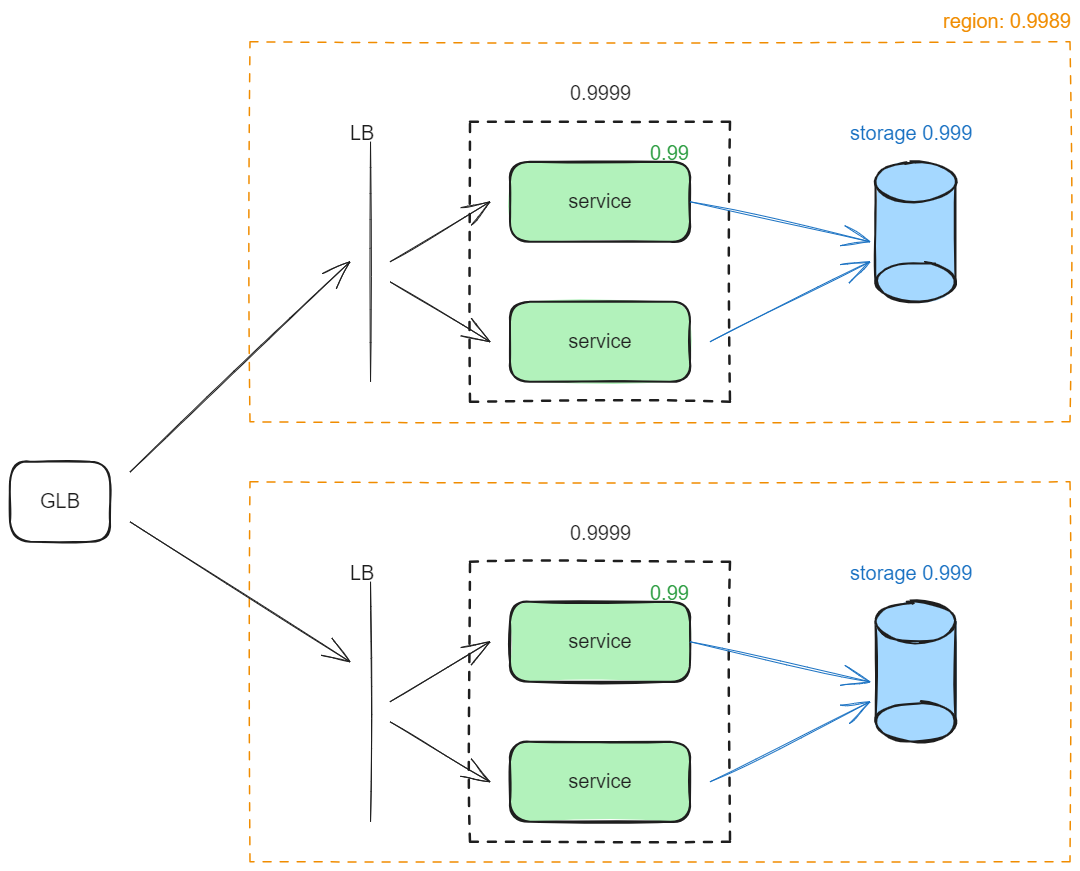
This is hw/02.Availabiliity/02-diagram.excalidraw.png from sharslammer/BOSDC-hw, a Excalidraw export, as it was before one commit. Source tidied: one line per element, renumbered; positions are measured from the earlier drawing's top-left corner, leaving out a move shared by most shapes. The source it was exported from:
```json
{"id": 0, "type": "rectangle", "strokeColor": "#1e1e1e", "backgroundColor": "#a5d8ff", "fillStyle": "solid", "strokeWidth": 2, "roughness": 1, "x": 866, "y": 172, "width": 80, "height": 100}
{"id": 1, "type": "ellipse", "strokeColor": "#1e1e1e", "backgroundColor": "#a5d8ff", "fillStyle": "solid", "strokeWidth": 2, "roughness": 1, "x": 866, "y": 152, "width": 80, "height": 40}
{"id": 2, "type": "ellipse", "strokeColor": "#1e1e1e", "backgroundColor": "#a5d8ff", "fillStyle": "solid", "strokeWidth": 2, "roughness": 1, "x": 866, "y": 252, "width": 80, "height": 40}
{"id": 3, "type": "text", "text": "storage 0.999", "strokeColor": "#1971c2", "strokeWidth": 2, "roughness": 1, "fontSize": 20, "fontFamily": 2, "textAlign": "center", "x": 840, "y": 112, "width": 122, "height": 23}
{"id": 4, "type": "rectangle", "strokeColor": "#1e1e1e", "strokeWidth": 2, "roughness": 1, "round": true, "x": 0, "y": 452, "width": 100, "height": 80}
{"id": 5, "type": "text", "text": "GLB", "strokeColor": "#1e1e1e", "strokeWidth": 2, "roughness": 1, "fontSize": 20, "fontFamily": 2, "textAlign": "center", "verticalAlign": "middle", "inside": 4, "x": 30, "y": 480, "width": 40, "height": 23}
{"id": 6, "type": "rectangle", "strokeColor": "#1e1e1e", "backgroundColor": "#b2f2bb", "fillStyle": "solid", "strokeWidth": 2, "roughness": 1, "round": true, "x": 500, "y": 152, "width": 180, "height": 80}
{"id": 7, "type": "text", "text": "service", "strokeColor": "#1e1e1e", "backgroundColor": "#b2f2bb", "fillStyle": "solid", "strokeWidth": 2, "roughness": 1, "fontSize": 20, "fontFamily": 2, "textAlign": "center", "verticalAlign": "middle", "inside": 6, "x": 558, "y": 180, "width": 63, "height": 23}
{"id": 8, "type": "rectangle", "strokeColor": "#1e1e1e", "backgroundColor": "#b2f2bb", "fillStyle": "solid", "strokeWidth": 2, "roughness": 1, "round": true, "x": 500, "y": 292, "width": 180, "height": 80}
{"id": 9, "type": "text", "text": "service", "strokeColor": "#1e1e1e", "backgroundColor": "#b2f2bb", "fillStyle": "solid", "strokeWidth": 2, "roughness": 1, "fontSize": 20, "fontFamily": 2, "textAlign": "center", "verticalAlign": "middle", "inside": 8, "x": 558, "y": 320, "width": 63, "height": 23}
{"id": 10, "type": "rectangle", "strokeColor": "#1e1e1e", "strokeWidth": 2, "strokeStyle": "dashed", "roughness": 1, "x": 460, "y": 112, "width": 260, "height": 280}
{"id": 11, "type": "text", "text": "0.99", "strokeColor": "#2f9e44", "strokeWidth": 2, "strokeStyle": "dashed", "roughness": 1, "fontSize": 20, "fontFamily": 2, "x": 640, "y": 132, "width": 39, "height": 23}
{"id": 12, "type": "text", "text": "0.9999", "strokeColor": "#1e1e1e", "strokeWidth": 2, "strokeStyle": "dashed", "roughness": 1, "fontSize": 20, "fontFamily": 2, "x": 560, "y": 72, "width": 61, "height": 23}
{"id": 13, "type": "arrow", "strokeColor": "#1971c2", "backgroundColor": "#a5d8ff", "fillStyle": "solid", "strokeWidth": 1, "roughness": 1, "endArrowhead": "arrow", "from": 6, "to": 0, "x": 680, "y": 192, "width": 180, "height": 40, "points": [[0, 0], [180, 40]]}
{"id": 14, "type": "arrow", "strokeColor": "#1971c2", "backgroundColor": "#a5d8ff", "fillStyle": "solid", "strokeWidth": 1, "roughness": 1, "endArrowhead": "arrow", "from": 8, "to": 0, "x": 700, "y": 332, "width": 160, "height": 80, "points": [[0, 0], [160, -80]]}
{"id": 15, "type": "line", "strokeColor": "#1e1e1e", "backgroundColor": "#a5d8ff", "fillStyle": "solid", "strokeWidth": 1, "roughness": 1, "x": 361, "y": 132, "width": 0, "height": 240, "points": [[0, 0], [0, 240]]}
{"id": 16, "type": "text", "text": "LB", "strokeColor": "#1e1e1e", "backgroundColor": "#a5d8ff", "fillStyle": "solid", "strokeWidth": 1, "roughness": 1, "fontSize": 20, "fontFamily": 2, "x": 340, "y": 112, "width": 24, "height": 23}
{"id": 17, "type": "arrow", "strokeColor": "#1e1e1e", "backgroundColor": "#a5d8ff", "fillStyle": "solid", "strokeWidth": 1, "roughness": 1, "endArrowhead": "arrow", "from": 4, "x": 120, "y": 462, "width": 220, "height": 210, "points": [[0, 0], [220, -210]]}
{"id": 18, "type": "arrow", "strokeColor": "#1e1e1e", "backgroundColor": "#a5d8ff", "fillStyle": "solid", "strokeWidth": 1, "roughness": 1, "endArrowhead": "arrow", "to": 6, "x": 380, "y": 252, "width": 100, "height": 60, "points": [[0, 0], [100, -60]]}
{"id": 19, "type": "arrow", "strokeColor": "#1e1e1e", "backgroundColor": "#a5d8ff", "fillStyle": "solid", "strokeWidth": 1, "roughness": 1, "endArrowhead": "arrow", "to": 8, "x": 380, "y": 272, "width": 100, "height": 60, "points": [[0, 0], [100, 60]]}
{"id": 20, "type": "rectangle", "strokeColor": "#f08c00", "strokeWidth": 1, "strokeStyle": "dashed", "roughness": 1, "x": 240, "y": 32, "width": 820, "height": 380}
{"id": 21, "type": "rectangle", "strokeColor": "#1e1e1e", "backgroundColor": "#a5d8ff", "fillStyle": "solid", "strokeWidth": 2, "roughness": 1, "x": 866, "y": 612, "width": 80, "height": 100}
{"id": 22, "type": "ellipse", "strokeColor": "#1e1e1e", "backgroundColor": "#a5d8ff", "fillStyle": "solid", "strokeWidth": 2, "roughness": 1, "x": 866, "y": 592, "width": 80, "height": 40}
{"id": 23, "type": "ellipse", "strokeColor": "#1e1e1e", "backgroundColor": "#a5d8ff", "fillStyle": "solid", "strokeWidth": 2, "roughness": 1, "x": 866, "y": 692, "width": 80, "height": 40}
{"id": 24, "type": "text", "text": "storage 0.999", "strokeColor": "#1971c2", "strokeWidth": 2, "roughness": 1, "fontSize": 20, "fontFamily": 2, "textAlign": "center", "x": 840, "y": 552, "width": 122, "height": 23}
{"id": 25, "type": "rectangle", "strokeColor": "#1e1e1e", "backgroundColor": "#b2f2bb", "fillStyle": "solid", "strokeWidth": 2, "roughness": 1, "round": true, "x": 500, "y": 592, "width": 180, "height": 80}
{"id": 26, "type": "text", "text": "service", "strokeColor": "#1e1e1e", "backgroundColor": "#b2f2bb", "fillStyle": "solid", "strokeWidth": 2, "roughness": 1, "fontSize": 20, "fontFamily": 2, "textAlign": "center", "verticalAlign": "middle", "inside": 25, "x": 558, "y": 620, "width": 63, "height": 23}
{"id": 27, "type": "rectangle", "strokeColor": "#1e1e1e", "backgroundColor": "#b2f2bb", "fillStyle": "solid", "strokeWidth": 2, "roughness": 1, "round": true, "x": 500, "y": 732, "width": 180, "height": 80}
{"id": 28, "type": "text", "text": "service", "strokeColor": "#1e1e1e", "backgroundColor": "#b2f2bb", "fillStyle": "solid", "strokeWidth": 2, "roughness": 1, "fontSize": 20, "fontFamily": 2, "textAlign": "center", "verticalAlign": "middle", "inside": 27, "x": 558, "y": 760, "width": 63, "height": 23}
{"id": 29, "type": "rectangle", "strokeColor": "#1e1e1e", "strokeWidth": 2, "strokeStyle": "dashed", "roughness": 1, "x": 460, "y": 552, "width": 260, "height": 280}
{"id": 30, "type": "text", "text": "0.99", "strokeColor": "#2f9e44", "strokeWidth": 2, "strokeStyle": "dashed", "roughness": 1, "fontSize": 20, "fontFamily": 2, "x": 640, "y": 572, "width": 39, "height": 23}
{"id": 31, "type": "text", "text": "0.9999", "strokeColor": "#1e1e1e", "strokeWidth": 2, "strokeStyle": "dashed", "roughness": 1, "fontSize": 20, "fontFamily": 2, "x": 560, "y": 512, "width": 61, "height": 23}
{"id": 32, "type": "arrow", "strokeColor": "#1971c2", "backgroundColor": "#a5d8ff", "fillStyle": "solid", "strokeWidth": 1, "roughness": 1, "endArrowhead": "arrow", "from": 25, "to": 21, "x": 680, "y": 632, "width": 180, "height": 40, "points": [[0, 0], [180, 40]]}
{"id": 33, "type": "arrow", "strokeColor": "#1971c2", "backgroundColor": "#a5d8ff", "fillStyle": "solid", "strokeWidth": 1, "roughness": 1, "endArrowhead": "arrow", "to": 23, "x": 700, "y": 772, "width": 160, "height": 80, "points": [[0, 0], [160, -80]]}
{"id": 34, "type": "line", "strokeColor": "#1e1e1e", "backgroundColor": "#a5d8ff", "fillStyle": "solid", "strokeWidth": 1, "roughness": 1, "x": 361, "y": 572, "width": 0, "height": 240, "points": [[0, 0], [0, 240]]}
{"id": 35, "type": "text", "text": "LB", "strokeColor": "#1e1e1e", "backgroundColor": "#a5d8ff", "fillStyle": "solid", "strokeWidth": 1, "roughness": 1, "fontSize": 20, "fontFamily": 2, "x": 340, "y": 552, "width": 24, "height": 23}
{"id": 36, "type": "arrow", "strokeColor": "#1e1e1e", "backgroundColor": "#a5d8ff", "fillStyle": "solid", "strokeWidth": 1, "roughness": 1, "endArrowhead": "arrow", "x": 380, "y": 692, "width": 100, "height": 60, "points": [[0, 0], [100, -60]]}
{"id": 37, "type": "arrow", "strokeColor": "#1e1e1e", "backgroundColor": "#a5d8ff", "fillStyle": "solid", "strokeWidth": 1, "roughness": 1, "endArrowhead": "arrow", "x": 380, "y": 712, "width": 100, "height": 60, "points": [[0, 0], [100, 60]]}
{"id": 38, "type": "rectangle", "strokeColor": "#f08c00", "strokeWidth": 1, "strokeStyle": "dashed", "roughness": 1, "x": 240, "y": 472, "width": 820, "height": 380}
{"id": 39, "type": "arrow", "strokeColor": "#1e1e1e", "strokeWidth": 1, "roughness": 1, "endArrowhead": "arrow", "from": 4, "x": 120, "y": 512, "width": 220, "height": 140, "points": [[0, 0], [220, 140]]}
{"id": 40, "type": "text", "text": "region: 0.9989", "strokeColor": "#f08c00", "strokeWidth": 1, "roughness": 1, "fontSize": 20, "fontFamily": 2, "x": 933, "y": 0, "width": 128, "height": 23}
```
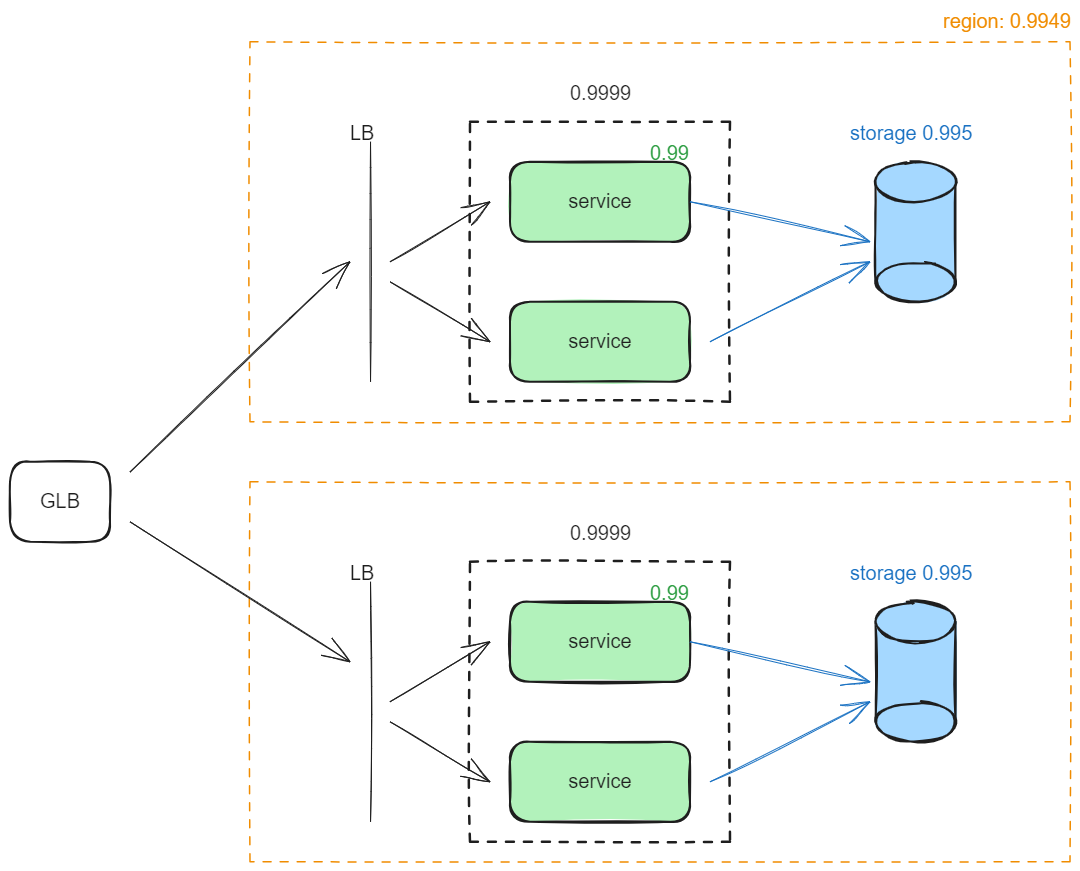
The same file after the commit.

Commit message:
make availability homework

What changed in the source:
```diff
@@ -1,7 +1,7 @@
 {"id": 0, "type": "rectangle", "strokeColor": "#1e1e1e", "backgroundColor": "#a5d8ff", "fillStyle": "solid", "strokeWidth": 2, "roughness": 1, "x": 866, "y": 172, "width": 80, "height": 100}
 {"id": 1, "type": "ellipse", "strokeColor": "#1e1e1e", "backgroundColor": "#a5d8ff", "fillStyle": "solid", "strokeWidth": 2, "roughness": 1, "x": 866, "y": 152, "width": 80, "height": 40}
 {"id": 2, "type": "ellipse", "strokeColor": "#1e1e1e", "backgroundColor": "#a5d8ff", "fillStyle": "solid", "strokeWidth": 2, "roughness": 1, "x": 866, "y": 252, "width": 80, "height": 40}
-{"id": 3, "type": "text", "text": "storage 0.999", "strokeColor": "#1971c2", "strokeWidth": 2, "roughness": 1, "fontSize": 20, "fontFamily": 2, "textAlign": "center", "x": 840, "y": 112, "width": 122, "height": 23}
+{"id": 3, "type": "text", "text": "storage 0.995", "strokeColor": "#1971c2", "strokeWidth": 2, "roughness": 1, "fontSize": 20, "fontFamily": 2, "textAlign": "center", "x": 840, "y": 112, "width": 122, "height": 23}
 {"id": 4, "type": "rectangle", "strokeColor": "#1e1e1e", "strokeWidth": 2, "roughness": 1, "round": true, "x": 0, "y": 452, "width": 100, "height": 80}
 {"id": 5, "type": "text", "text": "GLB", "strokeColor": "#1e1e1e", "strokeWidth": 2, "roughness": 1, "fontSize": 20, "fontFamily": 2, "textAlign": "center", "verticalAlign": "middle", "inside": 4, "x": 30, "y": 480, "width": 40, "height": 23}
 {"id": 6, "type": "rectangle", "strokeColor": "#1e1e1e", "backgroundColor": "#b2f2bb", "fillStyle": "solid", "strokeWidth": 2, "roughness": 1, "round": true, "x": 500, "y": 152, "width": 180, "height": 80}
@@ -22,7 +22,7 @@
 {"id": 21, "type": "rectangle", "strokeColor": "#1e1e1e", "backgroundColor": "#a5d8ff", "fillStyle": "solid", "strokeWidth": 2, "roughness": 1, "x": 866, "y": 612, "width": 80, "height": 100}
 {"id": 22, "type": "ellipse", "strokeColor": "#1e1e1e", "backgroundColor": "#a5d8ff", "fillStyle": "solid", "strokeWidth": 2, "roughness": 1, "x": 866, "y": 592, "width": 80, "height": 40}
 {"id": 23, "type": "ellipse", "strokeColor": "#1e1e1e", "backgroundColor": "#a5d8ff", "fillStyle": "solid", "strokeWidth": 2, "roughness": 1, "x": 866, "y": 692, "width": 80, "height": 40}
-{"id": 24, "type": "text", "text": "storage 0.999", "strokeColor": "#1971c2", "strokeWidth": 2, "roughness": 1, "fontSize": 20, "fontFamily": 2, "textAlign": "center", "x": 840, "y": 552, "width": 122, "height": 23}
+{"id": 24, "type": "text", "text": "storage 0.995", "strokeColor": "#1971c2", "strokeWidth": 2, "roughness": 1, "fontSize": 20, "fontFamily": 2, "textAlign": "center", "x": 840, "y": 552, "width": 122, "height": 23}
 {"id": 25, "type": "rectangle", "strokeColor": "#1e1e1e", "backgroundColor": "#b2f2bb", "fillStyle": "solid", "strokeWidth": 2, "roughness": 1, "round": true, "x": 500, "y": 592, "width": 180, "height": 80}
 {"id": 26, "type": "text", "text": "service", "strokeColor": "#1e1e1e", "backgroundColor": "#b2f2bb", "fillStyle": "solid", "strokeWidth": 2, "roughness": 1, "fontSize": 20, "fontFamily": 2, "textAlign": "center", "verticalAlign": "middle", "inside": 25, "x": 558, "y": 620, "width": 63, "height": 23}
 {"id": 27, "type": "rectangle", "strokeColor": "#1e1e1e", "backgroundColor": "#b2f2bb", "fillStyle": "solid", "strokeWidth": 2, "roughness": 1, "round": true, "x": 500, "y": 732, "width": 180, "height": 80}
@@ -38,4 +38,4 @@
 {"id": 37, "type": "arrow", "strokeColor": "#1e1e1e", "backgroundColor": "#a5d8ff", "fillStyle": "solid", "strokeWidth": 1, "roughness": 1, "endArrowhead": "arrow", "x": 380, "y": 712, "width": 100, "height": 60, "points": [[0, 0], [100, 60]]}
 {"id": 38, "type": "rectangle", "strokeColor": "#f08c00", "strokeWidth": 1, "strokeStyle": "dashed", "roughness": 1, "x": 240, "y": 472, "width": 820, "height": 380}
 {"id": 39, "type": "arrow", "strokeColor": "#1e1e1e", "strokeWidth": 1, "roughness": 1, "endArrowhead": "arrow", "from": 4, "x": 120, "y": 512, "width": 220, "height": 140, "points": [[0, 0], [220, 140]]}
-{"id": 40, "type": "text", "text": "region: 0.9989", "strokeColor": "#f08c00", "strokeWidth": 1, "roughness": 1, "fontSize": 20, "fontFamily": 2, "x": 933, "y": 0, "width": 128, "height": 23}
+{"id": 40, "type": "text", "text": "region: 0.9949", "strokeColor": "#f08c00", "strokeWidth": 1, "roughness": 1, "fontSize": 20, "fontFamily": 2, "x": 933, "y": 0, "width": 128, "height": 23}
```
